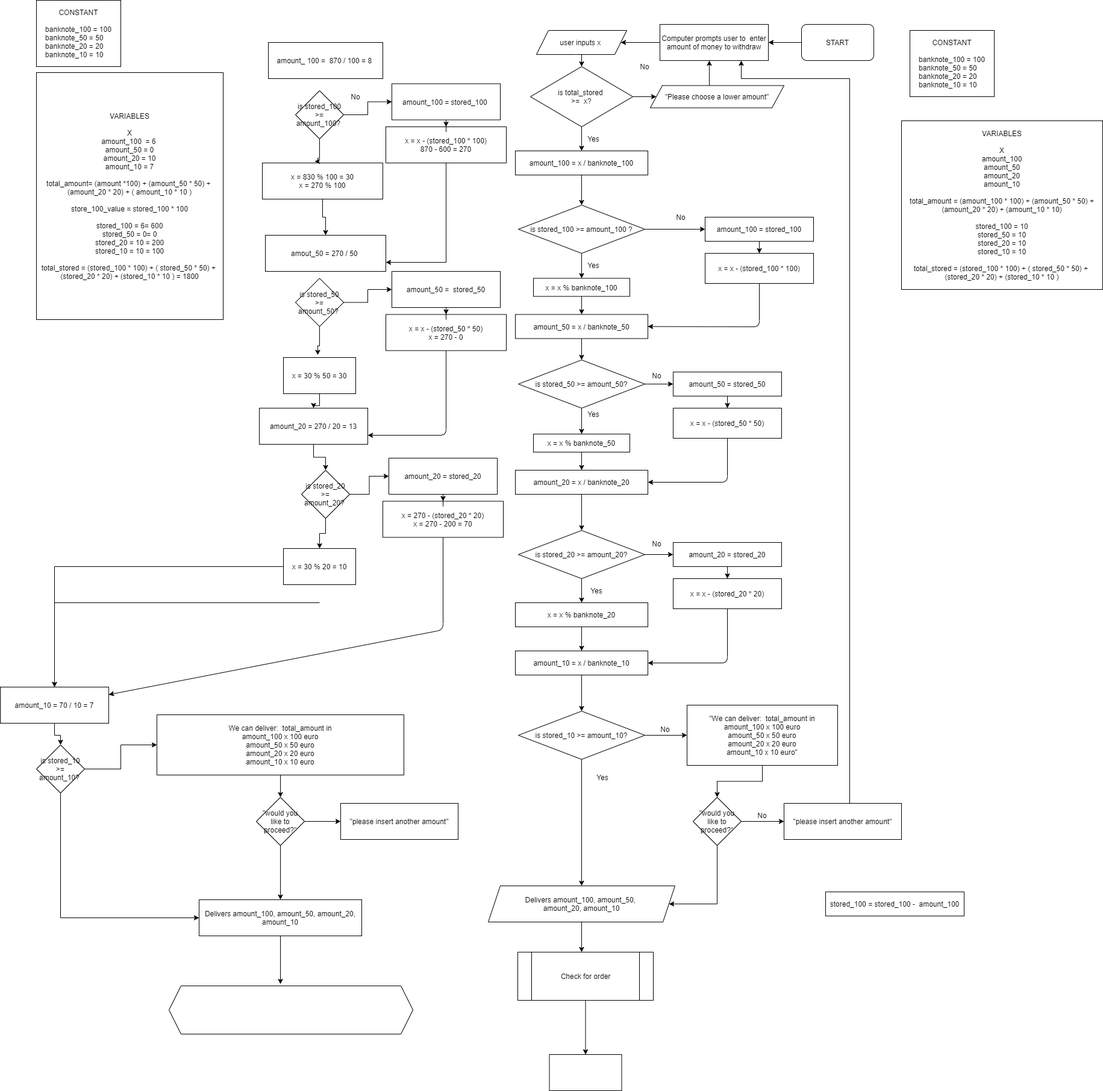
gschockk/FA21-Algorithms-DAY1-Ignacio-Claudia keeps this draw.io diagram as ATM -Diagram.png. Above is the earlier version. Source tidied: cells renumbered, new cells last; positions are measured from the earlier drawing's top-left corner, leaving out a move shared by most shapes.
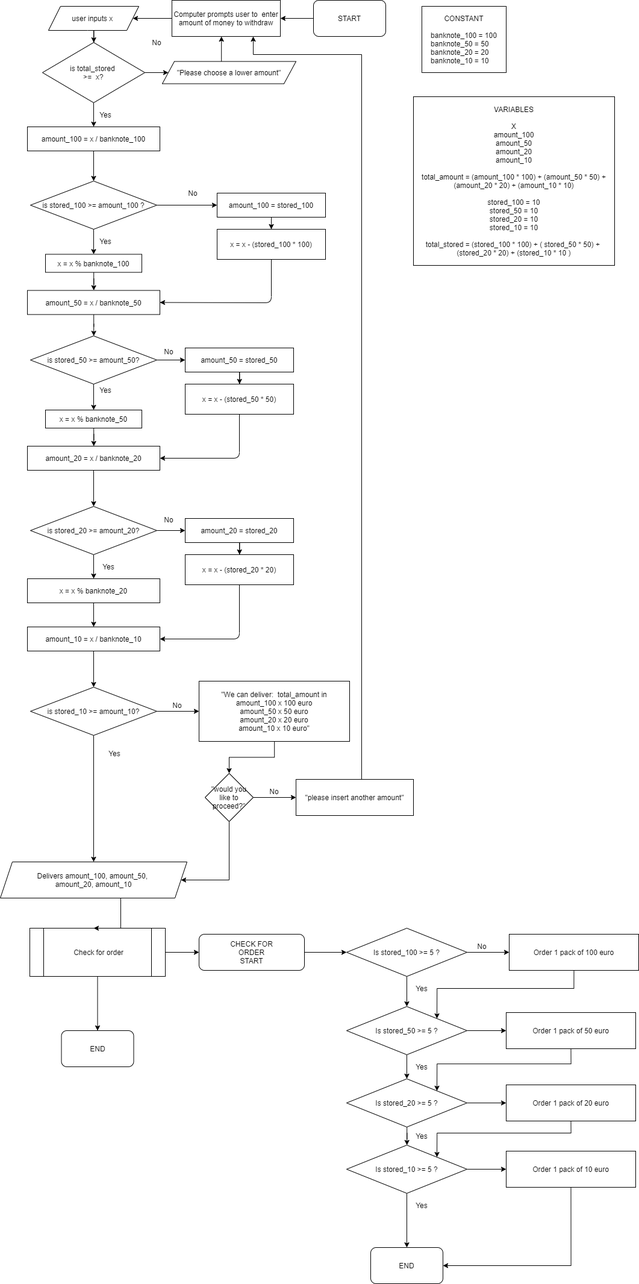
Above is the later version.

Commit message:
adds finished ATM diagram and finished run example

Diff of the diagram source:
```diff
@@ -58,8 +58,8 @@
     </mxCell>
-    <mxCell id="20" value="stored_100 = stored_100 -&amp;nbsp; amount_100" style="whiteSpace=wrap;html=1;rounded=1;arcSize=0;" parent="1" vertex="1">
-      <mxGeometry x="1370" y="1480" width="230" height="40" as="geometry" />
-    </mxCell>
-    <mxCell id="21" style="edgeStyle=orthogonalEdgeStyle;rounded=0;jettySize=auto;html=1;" parent="1" edge="1" source="22" target="125">
+    <mxCell id="21" style="edgeStyle=orthogonalEdgeStyle;rounded=0;jettySize=auto;html=1;entryX=0.5;entryY=0;entryDx=0;entryDy=0;" parent="1" edge="1" source="22" target="127">
       <mxGeometry relative="1" as="geometry" />
     </mxCell>
+    <mxCell id="126" style="edgeStyle=orthogonalEdgeStyle;rounded=0;jettySize=auto;html=1;" parent="1" edge="1" source="22" target="129">
+      <mxGeometry relative="1" as="geometry" />
+    </mxCell>
     <mxCell id="22" value="Check for order" style="shape=process;whiteSpace=wrap;html=1;backgroundOutline=1;" parent="1" vertex="1">
@@ -93,177 +93,2 @@
     </mxCell>
-    <mxCell id="30" value="VARIABLES&lt;br&gt;&lt;br&gt;X&lt;br&gt;amount_100&amp;nbsp; = 6&amp;nbsp;&lt;br&gt;amount_50 = 0&lt;br&gt;amount_20 = 10&lt;br&gt;amount_10 = 7&lt;br&gt;&lt;br&gt;total_amount= (amount *100) + (amount_50 * 50) +&amp;nbsp;&lt;br&gt;(amount_20 * 20) + ( amount_10 * 10 )&lt;br&gt;&lt;br&gt;store_100_value = stored_100 * 100&lt;br&gt;&lt;br&gt;stored_100 = 6= 600&lt;br&gt;stored_50 = 0= 0&lt;br&gt;stored_20 = 10 = 200&lt;br&gt;stored_10 = 10 = 100&lt;br&gt;&lt;br&gt;total_stored = (stored_100 * 100) + ( stored_50 * 50) + &lt;br&gt;(stored_20 * 20) + (stored_10 * 10 ) = 1800" style="rounded=0;whiteSpace=wrap;html=1;" parent="1" vertex="1">
-      <mxGeometry x="60" y="120" width="310" height="410" as="geometry" />
-    </mxCell>
-    <mxCell id="31" value="amount_ 100 =&amp;nbsp; 870 / 100 = 8&amp;nbsp;" style="whiteSpace=wrap;html=1;" parent="1" vertex="1">
-      <mxGeometry x="445" y="70" width="190" height="60" as="geometry" />
-    </mxCell>
-    <mxCell id="32" value="CONSTANT&lt;br&gt;&lt;br&gt;banknote_100 = 100&lt;br&gt;&lt;div style=&quot;text-align: left&quot;&gt;&lt;span&gt;banknote_50 = 50&lt;/span&gt;&lt;/div&gt;&lt;div style=&quot;text-align: left&quot;&gt;&lt;span&gt;banknote_20 = 20&lt;/span&gt;&lt;/div&gt;&lt;div style=&quot;text-align: left&quot;&gt;&lt;span&gt;banknote_10 = 10&lt;/span&gt;&lt;/div&gt;" style="rounded=0;whiteSpace=wrap;html=1;" parent="1" vertex="1">
-      <mxGeometry x="60" width="140" height="110" as="geometry" />
-    </mxCell>
-    <mxCell id="33" style="edgeStyle=orthogonalEdgeStyle;rounded=0;jettySize=auto;html=1;" parent="1" edge="1" source="34" target="35">
-      <mxGeometry relative="1" as="geometry" />
-    </mxCell>
-    <mxCell id="34" value="x = 830 % 100 = 30&lt;br&gt;x = 270 % 100" style="whiteSpace=wrap;html=1;" parent="1" vertex="1">
-      <mxGeometry x="435" y="270" width="200" height="60" as="geometry" />
-    </mxCell>
-    <mxCell id="35" value="amout_50 = 270 / 50&amp;nbsp;" style="whiteSpace=wrap;html=1;" parent="1" vertex="1">
-      <mxGeometry x="440" y="390" width="200" height="60" as="geometry" />
-    </mxCell>
-    <mxCell id="36" style="edgeStyle=orthogonalEdgeStyle;rounded=0;jettySize=auto;html=1;" parent="1" edge="1" source="37" target="39">
-      <mxGeometry relative="1" as="geometry" />
-    </mxCell>
-    <mxCell id="37" value="x = 30 % 50 = 30" style="whiteSpace=wrap;html=1;" parent="1" vertex="1">
-      <mxGeometry x="470" y="593" width="120" height="60" as="geometry" />
-    </mxCell>
-    <mxCell id="38" style="edgeStyle=orthogonalEdgeStyle;rounded=0;jettySize=auto;html=1;" parent="1" edge="1" source="39" target="52">
-      <mxGeometry relative="1" as="geometry" />
-    </mxCell>
-    <mxCell id="39" value="amount_20 = 270 / 20 = 13" style="whiteSpace=wrap;html=1;" parent="1" vertex="1">
-      <mxGeometry x="430" y="677" width="180" height="60" as="geometry" />
-    </mxCell>
-    <mxCell id="40" style="edgeStyle=orthogonalEdgeStyle;rounded=0;jettySize=auto;html=1;" parent="1" edge="1" target="44">
-      <mxGeometry relative="1" as="geometry">
-        <mxPoint x="530.1" y="1000" as="sourcePoint" />
-      </mxGeometry>
-    </mxCell>
-    <mxCell id="41" style="edgeStyle=orthogonalEdgeStyle;rounded=0;jettySize=auto;html=1;" parent="1" edge="1" source="42" target="44">
-      <mxGeometry relative="1" as="geometry" />
-    </mxCell>
-    <mxCell id="42" value="x = 30 % 20 = 10" style="whiteSpace=wrap;html=1;" parent="1" vertex="1">
-      <mxGeometry x="470" y="910" width="120" height="60" as="geometry" />
-    </mxCell>
-    <mxCell id="43" style="edgeStyle=orthogonalEdgeStyle;rounded=0;jettySize=auto;html=1;" parent="1" edge="1" source="44" target="55">
-      <mxGeometry relative="1" as="geometry" />
-    </mxCell>
-    <mxCell id="44" value="amount_10 = 70 / 10 = 7" style="whiteSpace=wrap;html=1;" parent="1" vertex="1">
-      <mxGeometry y="1140" width="180" height="60" as="geometry" />
-    </mxCell>
-    <mxCell id="45" style="edgeStyle=orthogonalEdgeStyle;rounded=0;jettySize=auto;html=1;" parent="1" edge="1" source="47" target="57">
-      <mxGeometry relative="1" as="geometry" />
-    </mxCell>
-    <mxCell id="46" style="edgeStyle=orthogonalEdgeStyle;rounded=0;jettySize=auto;html=1;entryX=0.435;entryY=-0.044;entryDx=0;entryDy=0;entryPerimeter=0;" parent="1" edge="1" source="47" target="34">
-      <mxGeometry relative="1" as="geometry">
-        <Array as="points">
-          <mxPoint x="530" y="262" />
-          <mxPoint x="527" y="262" />
-        </Array>
-      </mxGeometry>
-    </mxCell>
-    <mxCell id="47" value="is stored_100&lt;br&gt;&amp;gt;=&lt;br&gt;amount_100?&amp;nbsp;" style="rhombus;whiteSpace=wrap;html=1;" parent="1" vertex="1">
-      <mxGeometry x="490" y="150" width="80" height="80" as="geometry" />
-    </mxCell>
-    <mxCell id="48" style="edgeStyle=orthogonalEdgeStyle;rounded=0;jettySize=auto;html=1;entryX=1;entryY=0.75;entryDx=0;entryDy=0;" parent="1" edge="1" source="49" target="35">
-      <mxGeometry relative="1" as="geometry" />
-    </mxCell>
-    <mxCell id="49" value="x = x - (stored_100 * 100)&lt;br&gt;870 - 600 = 270" style="whiteSpace=wrap;html=1;" parent="1" vertex="1">
-      <mxGeometry x="640" y="210" width="200" height="60" as="geometry" />
-    </mxCell>
-    <mxCell id="50" style="edgeStyle=orthogonalEdgeStyle;rounded=0;jettySize=auto;html=1;" parent="1" edge="1" source="52" target="42">
-      <mxGeometry relative="1" as="geometry" />
-    </mxCell>
-    <mxCell id="51" style="edgeStyle=orthogonalEdgeStyle;rounded=0;jettySize=auto;html=1;" parent="1" edge="1" source="52" target="67">
-      <mxGeometry relative="1" as="geometry" />
-    </mxCell>
-    <mxCell id="52" value="is stored_20&lt;br&gt;&amp;gt;=&lt;br&gt;amount_20?&amp;nbsp;" style="rhombus;whiteSpace=wrap;html=1;" parent="1" vertex="1">
-      <mxGeometry x="500" y="780" width="80" height="80" as="geometry" />
-    </mxCell>
-    <mxCell id="53" style="edgeStyle=orthogonalEdgeStyle;rounded=0;jettySize=auto;html=1;entryX=0;entryY=0.5;entryDx=0;entryDy=0;" parent="1" edge="1" source="55" target="76">
-      <mxGeometry relative="1" as="geometry">
-        <Array as="points">
-          <mxPoint x="100" y="1523" />
-        </Array>
-      </mxGeometry>
-    </mxCell>
-    <mxCell id="54" style="edgeStyle=orthogonalEdgeStyle;rounded=0;jettySize=auto;html=1;" parent="1" edge="1" source="55" target="70">
-      <mxGeometry relative="1" as="geometry" />
-    </mxCell>
-    <mxCell id="55" value="is stored_10&lt;br&gt;&amp;gt;=&lt;br&gt;amount_10?&amp;nbsp;" style="rhombus;whiteSpace=wrap;html=1;" parent="1" vertex="1">
-      <mxGeometry x="60" y="1236" width="80" height="80" as="geometry" />
-    </mxCell>
-    <mxCell id="56" style="edgeStyle=orthogonalEdgeStyle;rounded=0;jettySize=auto;html=1;" parent="1" edge="1" source="57" target="49">
-      <mxGeometry relative="1" as="geometry" />
-    </mxCell>
-    <mxCell id="57" value="amount_100 = stored_100&amp;nbsp;" style="whiteSpace=wrap;html=1;" parent="1" vertex="1">
-      <mxGeometry x="650" y="138.5" width="180" height="60" as="geometry" />
-    </mxCell>
-    <mxCell id="58" style="edgeStyle=orthogonalEdgeStyle;rounded=0;jettySize=auto;html=1;" parent="1" edge="1" source="60" target="63">
-      <mxGeometry relative="1" as="geometry" />
-    </mxCell>
-    <mxCell id="59" style="edgeStyle=orthogonalEdgeStyle;rounded=0;jettySize=auto;html=1;entryX=0.435;entryY=-0.044;entryDx=0;entryDy=0;entryPerimeter=0;" parent="1" edge="1" source="60">
-      <mxGeometry relative="1" as="geometry">
-        <mxPoint x="527" y="588.9" as="targetPoint" />
-        <Array as="points">
-          <mxPoint x="530" y="573.5" />
-          <mxPoint x="527" y="573.5" />
-        </Array>
-      </mxGeometry>
-    </mxCell>
-    <mxCell id="60" value="is stored_50&lt;br&gt;&amp;gt;=&lt;br&gt;amount_50?&amp;nbsp;" style="rhombus;whiteSpace=wrap;html=1;" parent="1" vertex="1">
-      <mxGeometry x="490" y="461.5" width="80" height="80" as="geometry" />
-    </mxCell>
-    <mxCell id="61" value="x = x - (stored_50 * 50)&lt;br&gt;x = 270 - 0" style="whiteSpace=wrap;html=1;" parent="1" vertex="1">
-      <mxGeometry x="640" y="521.5" width="200" height="60" as="geometry" />
-    </mxCell>
-    <mxCell id="62" style="edgeStyle=orthogonalEdgeStyle;rounded=0;jettySize=auto;html=1;" parent="1" edge="1" source="63" target="61">
-      <mxGeometry relative="1" as="geometry" />
-    </mxCell>
-    <mxCell id="63" value="amount_50 =&amp;nbsp; stored_50" style="whiteSpace=wrap;html=1;" parent="1" vertex="1">
-      <mxGeometry x="650" y="450" width="180" height="60" as="geometry" />
-    </mxCell>
-    <mxCell id="64" style="endArrow=classic;html=1;entryX=1;entryY=0.75;entryDx=0;entryDy=0;" parent="1" edge="1" source="61" target="39">
-      <mxGeometry relative="1" as="geometry">
-        <Array as="points">
-          <mxPoint x="740" y="722" />
-        </Array>
-      </mxGeometry>
-    </mxCell>
-    <mxCell id="65" value="x = 270 - (stored_20 * 20)&lt;br&gt;x = 270 - 200 = 70" style="whiteSpace=wrap;html=1;" parent="1" vertex="1">
-      <mxGeometry x="635" y="831.5" width="200" height="60" as="geometry" />
-    </mxCell>
-    <mxCell id="66" style="edgeStyle=orthogonalEdgeStyle;rounded=0;jettySize=auto;html=1;" parent="1" edge="1" source="67" target="65">
-      <mxGeometry relative="1" as="geometry" />
-    </mxCell>
-    <mxCell id="67" value="amount_20 = stored_20" style="whiteSpace=wrap;html=1;" parent="1" vertex="1">
-      <mxGeometry x="645" y="760" width="180" height="60" as="geometry" />
-    </mxCell>
-    <mxCell id="68" style="endArrow=classic;html=1;" parent="1" edge="1" source="65" target="44">
-      <mxGeometry relative="1" as="geometry">
-        <Array as="points">
-          <mxPoint x="735" y="941.5" />
-          <mxPoint x="735" y="1045" />
-        </Array>
-      </mxGeometry>
-    </mxCell>
-    <mxCell id="69" style="edgeStyle=orthogonalEdgeStyle;rounded=0;jettySize=auto;html=1;" parent="1" edge="1" source="70" target="73">
-      <mxGeometry relative="1" as="geometry" />
-    </mxCell>
-    <mxCell id="70" value="We can deliver:&amp;nbsp; total_amount in&lt;br&gt;amount_100 x 100 euro&lt;br&gt;amount_50 x 50 euro&lt;br&gt;amount_20 x 20 euro&lt;br&gt;amount_10 x 10 euro&lt;br&gt;" style="whiteSpace=wrap;html=1;" parent="1" vertex="1">
-      <mxGeometry x="260" y="1186" width="410" height="100" as="geometry" />
-    </mxCell>
-    <mxCell id="71" style="edgeStyle=orthogonalEdgeStyle;rounded=0;jettySize=auto;html=1;" parent="1" edge="1" source="73" target="74">
-      <mxGeometry relative="1" as="geometry" />
-    </mxCell>
-    <mxCell id="72" style="edgeStyle=orthogonalEdgeStyle;rounded=0;jettySize=auto;html=1;" parent="1" edge="1" source="73" target="76">
-      <mxGeometry relative="1" as="geometry" />
-    </mxCell>
-    <mxCell id="73" value="&quot;would you like to proceed?&quot;" style="rhombus;whiteSpace=wrap;html=1;" parent="1" vertex="1">
-      <mxGeometry x="425" y="1323" width="80" height="80" as="geometry" />
-    </mxCell>
-    <mxCell id="74" value="&quot;please insert another amount&quot;" style="whiteSpace=wrap;html=1;" parent="1" vertex="1">
-      <mxGeometry x="565" y="1333" width="195" height="60" as="geometry" />
-    </mxCell>
-    <mxCell id="75" style="edgeStyle=orthogonalEdgeStyle;rounded=0;jettySize=auto;html=1;" parent="1" edge="1" source="76">
-      <mxGeometry relative="1" as="geometry">
-        <mxPoint x="465" y="1633" as="targetPoint" />
-      </mxGeometry>
-    </mxCell>
-    <mxCell id="76" value="Delivers amount_100, amount_50, amount_20, amount_10" style="whiteSpace=wrap;html=1;" parent="1" vertex="1">
-      <mxGeometry x="330" y="1493" width="270" height="60" as="geometry" />
-    </mxCell>
-    <mxCell id="77" value="No" style="text;html=1;strokeColor=none;fillColor=none;align=center;verticalAlign=middle;whiteSpace=wrap;rounded=0;" parent="1" vertex="1">
-      <mxGeometry x="570" y="150" width="40" height="20" as="geometry" />
-    </mxCell>
-    <mxCell id="78" style="shape=hexagon;perimeter=hexagonPerimeter2;whiteSpace=wrap;html=1;fixedSize=1;" parent="1" vertex="1">
-      <mxGeometry x="280" y="1636" width="405" height="80" as="geometry" />
-    </mxCell>
     <mxCell id="79" style="edgeStyle=orthogonalEdgeStyle;rounded=0;jettySize=auto;html=1;" parent="1" edge="1" source="81" target="83">
@@ -421,2 +246,5 @@
         <mxPoint x="965" y="1580" as="targetPoint" />
+        <Array as="points">
+          <mxPoint x="1010" y="1580" />
+        </Array>
       </mxGeometry>
@@ -429,5 +257,89 @@
     </mxCell>
-    <mxCell id="125" style="whiteSpace=wrap;html=1;" parent="1" vertex="1">
-      <mxGeometry x="911.5" y="1750" width="120" height="60" as="geometry" />
-    </mxCell>
+    <mxCell id="127" value="END" style="rounded=1;whiteSpace=wrap;html=1;align=center;" parent="1" vertex="1">
+      <mxGeometry x="911.5" y="1750" width="120" height="60" as="geometry" />
+    </mxCell>
+    <mxCell id="128" style="edgeStyle=orthogonalEdgeStyle;rounded=0;jettySize=auto;html=1;" parent="1" edge="1" source="129" target="132">
+      <mxGeometry relative="1" as="geometry" />
+    </mxCell>
+    <mxCell id="129" value="CHECK FOR&lt;br&gt;ORDER&lt;br&gt;START" style="rounded=1;whiteSpace=wrap;html=1;align=center;" parent="1" vertex="1">
+      <mxGeometry x="1140" y="1590" width="175" height="60" as="geometry" />
+    </mxCell>
+    <mxCell id="130" style="edgeStyle=orthogonalEdgeStyle;rounded=0;jettySize=auto;html=1;" parent="1" edge="1" source="132" target="134">
+      <mxGeometry relative="1" as="geometry" />
+    </mxCell>
+    <mxCell id="131" style="edgeStyle=orthogonalEdgeStyle;rounded=0;jettySize=auto;html=1;" parent="1" edge="1" source="132" target="138">
+      <mxGeometry relative="1" as="geometry" />
+    </mxCell>
+    <mxCell id="132" value="Is stored_100 &amp;gt;= 5 ?" style="rhombus;whiteSpace=wrap;html=1;align=center;" parent="1" vertex="1">
+      <mxGeometry x="1385" y="1580" width="200" height="80" as="geometry" />
+    </mxCell>
+    <mxCell id="133" style="edgeStyle=orthogonalEdgeStyle;rounded=0;jettySize=auto;html=1;exitX=0.5;exitY=1;exitDx=0;exitDy=0;entryX=1;entryY=0;entryDx=0;entryDy=0;" parent="1" edge="1" source="134" target="138">
+      <mxGeometry relative="1" as="geometry" />
+    </mxCell>
+    <mxCell id="134" value="Order 1 pack of 100 euro" style="rounded=0;whiteSpace=wrap;html=1;align=center;" parent="1" vertex="1">
+      <mxGeometry x="1655" y="1590" width="215" height="60" as="geometry" />
+    </mxCell>
+    <mxCell id="77" value="No" style="text;html=1;strokeColor=none;fillColor=none;align=center;verticalAlign=middle;whiteSpace=wrap;rounded=0;" parent="1" vertex="1">
+      <mxGeometry x="1590" y="1600" width="40" height="20" as="geometry" />
+    </mxCell>
+    <mxCell id="135" value="Yes" style="text;html=1;strokeColor=none;fillColor=none;align=center;verticalAlign=middle;whiteSpace=wrap;rounded=0;" parent="1" vertex="1">
+      <mxGeometry x="1490" y="1670" width="40" height="20" as="geometry" />
+    </mxCell>
+    <mxCell id="136" style="edgeStyle=orthogonalEdgeStyle;rounded=0;jettySize=auto;html=1;" parent="1" edge="1" source="138" target="141">
+      <mxGeometry relative="1" as="geometry" />
+    </mxCell>
+    <mxCell id="137" style="edgeStyle=orthogonalEdgeStyle;rounded=0;jettySize=auto;html=1;" parent="1" edge="1" source="138" target="143">
+      <mxGeometry relative="1" as="geometry" />
+    </mxCell>
+    <mxCell id="138" value="Is stored_50 &amp;gt;= 5 ?" style="rhombus;whiteSpace=wrap;html=1;align=center;" parent="1" vertex="1">
+      <mxGeometry x="1385" y="1710" width="200" height="80" as="geometry" />
+    </mxCell>
+    <mxCell id="139" style="edgeStyle=orthogonalEdgeStyle;rounded=0;jettySize=auto;html=1;" parent="1" edge="1" source="141" target="148">
+      <mxGeometry relative="1" as="geometry" />
+    </mxCell>
+    <mxCell id="140" style="edgeStyle=orthogonalEdgeStyle;rounded=0;jettySize=auto;html=1;" parent="1" edge="1" source="141" target="145">
+      <mxGeometry relative="1" as="geometry" />
+    </mxCell>
+    <mxCell id="141" value="Is stored_20 &amp;gt;= 5 ?" style="rhombus;whiteSpace=wrap;html=1;align=center;" parent="1" vertex="1">
+      <mxGeometry x="1385" y="1830" width="200" height="80" as="geometry" />
+    </mxCell>
+    <mxCell id="142" style="edgeStyle=orthogonalEdgeStyle;rounded=0;jettySize=auto;html=1;exitX=0.5;exitY=1;exitDx=0;exitDy=0;entryX=1;entryY=0;entryDx=0;entryDy=0;" parent="1" edge="1" source="143" target="141">
+      <mxGeometry relative="1" as="geometry" />
+    </mxCell>
+    <mxCell id="143" value="Order 1 pack of 50 euro" style="rounded=0;whiteSpace=wrap;html=1;align=center;" parent="1" vertex="1">
+      <mxGeometry x="1650" y="1720" width="215" height="60" as="geometry" />
+    </mxCell>
+    <mxCell id="144" style="edgeStyle=orthogonalEdgeStyle;rounded=0;jettySize=auto;html=1;exitX=0.5;exitY=1;exitDx=0;exitDy=0;entryX=1;entryY=0;entryDx=0;entryDy=0;" parent="1" edge="1" source="145" target="148">
+      <mxGeometry relative="1" as="geometry" />
+    </mxCell>
+    <mxCell id="145" value="Order 1 pack of 20 euro" style="rounded=0;whiteSpace=wrap;html=1;align=center;" parent="1" vertex="1">
+      <mxGeometry x="1650" y="1840" width="215" height="60" as="geometry" />
+    </mxCell>
+    <mxCell id="146" style="edgeStyle=orthogonalEdgeStyle;rounded=0;jettySize=auto;html=1;" parent="1" edge="1" source="148" target="152">
+      <mxGeometry relative="1" as="geometry" />
+    </mxCell>
+    <mxCell id="147" style="edgeStyle=orthogonalEdgeStyle;rounded=0;jettySize=auto;html=1;" parent="1" edge="1" source="148" target="153">
+      <mxGeometry relative="1" as="geometry" />
+    </mxCell>
+    <mxCell id="148" value="Is stored_10 &amp;gt;= 5 ?" style="rhombus;whiteSpace=wrap;html=1;align=center;" parent="1" vertex="1">
+      <mxGeometry x="1385" y="1940" width="200" height="80" as="geometry" />
+    </mxCell>
+    <mxCell id="149" value="Yes" style="text;html=1;strokeColor=none;fillColor=none;align=center;verticalAlign=middle;whiteSpace=wrap;rounded=0;" parent="1" vertex="1">
+      <mxGeometry x="1490" y="1800" width="40" height="20" as="geometry" />
+    </mxCell>
+    <mxCell id="150" value="Yes" style="text;html=1;strokeColor=none;fillColor=none;align=center;verticalAlign=middle;whiteSpace=wrap;rounded=0;" parent="1" vertex="1">
+      <mxGeometry x="1490" y="1915" width="40" height="20" as="geometry" />
+    </mxCell>
+    <mxCell id="151" style="edgeStyle=orthogonalEdgeStyle;rounded=0;jettySize=auto;html=1;exitX=0.5;exitY=1;exitDx=0;exitDy=0;entryX=1;entryY=0.5;entryDx=0;entryDy=0;" parent="1" edge="1" source="152" target="153">
+      <mxGeometry relative="1" as="geometry" />
+    </mxCell>
+    <mxCell id="152" value="Order 1 pack of 10 euro" style="rounded=0;whiteSpace=wrap;html=1;align=center;" parent="1" vertex="1">
+      <mxGeometry x="1650" y="1950" width="215" height="60" as="geometry" />
+    </mxCell>
+    <mxCell id="153" value="END" style="rounded=1;whiteSpace=wrap;html=1;align=center;" parent="1" vertex="1">
+      <mxGeometry x="1425" y="2110" width="120" height="60" as="geometry" />
+    </mxCell>
+    <mxCell id="154" value="Yes" style="text;html=1;strokeColor=none;fillColor=none;align=center;verticalAlign=middle;whiteSpace=wrap;rounded=0;" parent="1" vertex="1">
+      <mxGeometry x="1490" y="2030" width="40" height="20" as="geometry" />
+    </mxCell>
   </root>
```
